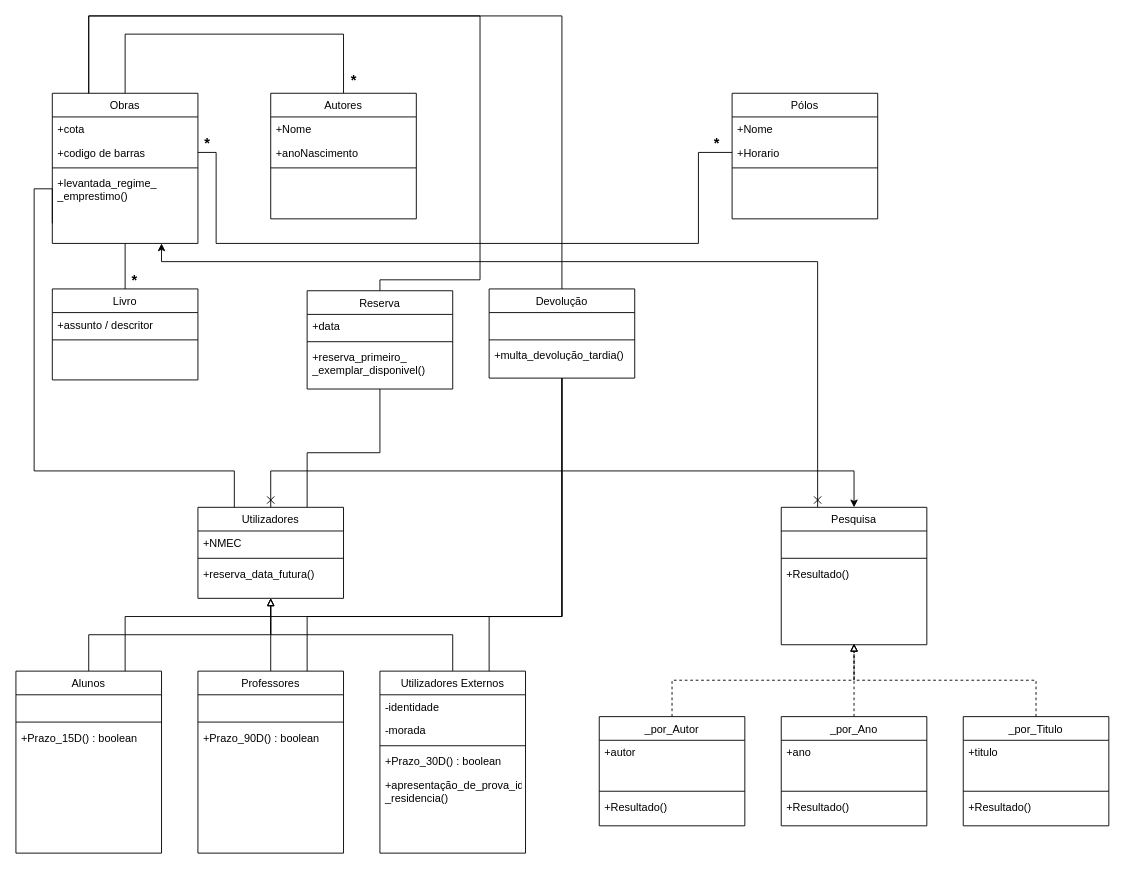
The draw.io diagram page "3.2" (1 of 2) of P/P3/P3.drawio in DavidAraujo98/AS, before the edit. Source tidied: cells renumbered, new cells numbered last; positions are measured from the earlier drawing's top-left corner, leaving out a move shared by most shapes. Both pictures are drawn from the tidied source at 91%, with x=0, y=0 at pixel (15, 15).
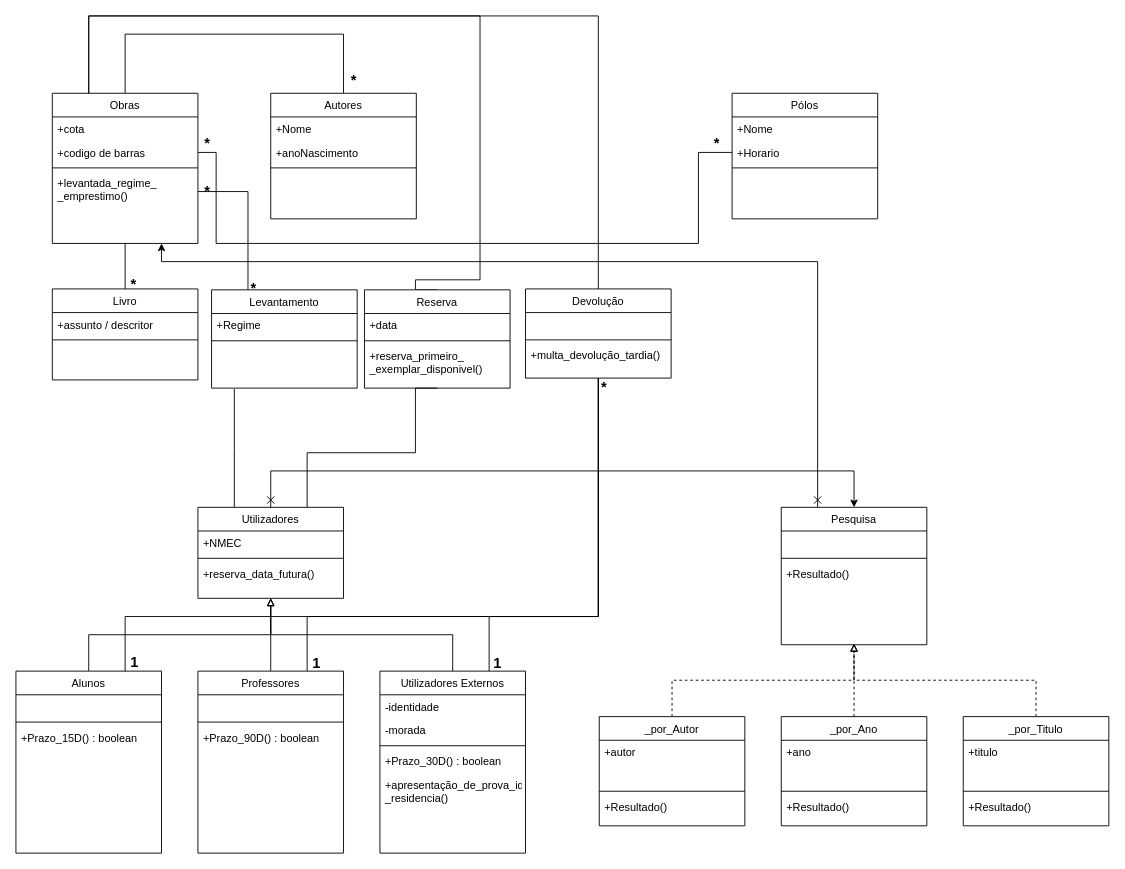
After the change.

Unchanged cells that the change refers to:
```xml
<mxCell id="4" value="Obras" style="swimlane;fontStyle=0;align=center;verticalAlign=top;horizontal=1;startSize=26;rounded=0;shadow=0;strokeWidth=1;" parent="1" vertex="1">
  <mxGeometry x="40" y="85" width="160" height="165" as="geometry" />
</mxCell>
<mxCell id="8" value="+levantada_regime_&#10;_emprestimo()" style="text;align=left;verticalAlign=top;spacingLeft=4;spacingRight=4;overflow=hidden;points=[[0,0.5],[1,0.5]];portConstraint=eastwest;" parent="4" vertex="1">
  <mxGeometry y="86" width="160" height="44" as="geometry" />
</mxCell>
<mxCell id="14" value="Utilizadores" style="swimlane;fontStyle=0;align=center;verticalAlign=top;horizontal=1;startSize=26;rounded=0;shadow=0;strokeWidth=1;" parent="1" vertex="1">
  <mxGeometry x="200" y="540" width="160" height="100" as="geometry" />
</mxCell>
<mxCell id="23" value="Alunos" style="swimlane;fontStyle=0;align=center;verticalAlign=top;horizontal=1;startSize=26;rounded=0;shadow=0;strokeWidth=1;" parent="1" vertex="1">
  <mxGeometry y="720" width="160" height="200" as="geometry" />
</mxCell>
<mxCell id="28" value="Professores" style="swimlane;fontStyle=0;align=center;verticalAlign=top;horizontal=1;startSize=26;rounded=0;shadow=0;strokeWidth=1;" parent="1" vertex="1">
  <mxGeometry x="200" y="720" width="160" height="200" as="geometry" />
</mxCell>
<mxCell id="33" value="Utilizadores Externos" style="swimlane;fontStyle=0;align=center;verticalAlign=top;horizontal=1;startSize=26;rounded=0;shadow=0;strokeWidth=1;" parent="1" vertex="1">
  <mxGeometry x="400" y="720" width="160" height="200" as="geometry" />
</mxCell>
```

What changed in the source:
```diff
@@
     <mxCell id="13" style="edgeStyle=orthogonalEdgeStyle;rounded=0;sketch=0;jettySize=auto;html=1;exitX=0.75;exitY=0;exitDx=0;exitDy=0;entryX=0.5;entryY=1;entryDx=0;entryDy=0;shadow=0;labelBackgroundColor=#FFFFCC;startArrow=none;startFill=0;endArrow=none;endFill=0;" parent="1" edge="1" source="14" target="81">
       <mxGeometry relative="1" as="geometry">
         <Array as="points">
           <mxPoint x="320" y="480" />
-          <mxPoint x="400" y="480" />
+          <mxPoint x="439" y="480" />
         </Array>
       </mxGeometry>
     </mxCell>
+    <mxCell id="85" style="edgeStyle=orthogonalEdgeStyle;rounded=0;sketch=0;jettySize=auto;html=1;exitX=0.25;exitY=0;exitDx=0;exitDy=0;shadow=0;labelBackgroundColor=#FFFFCC;startArrow=none;startFill=0;endArrow=none;endFill=0;" parent="1" edge="1" source="14">
+      <mxGeometry relative="1" as="geometry">
+        <mxPoint x="240" y="410" as="targetPoint" />
+      </mxGeometry>
+    </mxCell>
@@
     <mxCell id="39" style="edgeStyle=orthogonalEdgeStyle;rounded=0;sketch=0;jettySize=auto;html=1;exitX=0.5;exitY=0;exitDx=0;exitDy=0;entryX=0.25;entryY=0;entryDx=0;entryDy=0;shadow=0;labelBackgroundColor=#FFFFCC;startArrow=none;startFill=0;endArrow=none;endFill=0;" parent="1" edge="1" source="43" target="4">
       <mxGeometry relative="1" as="geometry">
         <Array as="points">
-          <mxPoint x="600" />
+          <mxPoint x="640" />
           <mxPoint x="80" />
         </Array>
       </mxGeometry>
     </mxCell>
     <mxCell id="40" style="edgeStyle=orthogonalEdgeStyle;rounded=0;sketch=0;jettySize=auto;html=1;exitX=0.5;exitY=1;exitDx=0;exitDy=0;entryX=0.75;entryY=0;entryDx=0;entryDy=0;shadow=0;labelBackgroundColor=#FFFFCC;startArrow=none;startFill=0;endArrow=none;endFill=0;" parent="1" edge="1" source="43" target="33">
       <mxGeometry relative="1" as="geometry">
         <Array as="points">
-          <mxPoint x="600" y="660" />
+          <mxPoint x="640" y="660" />
           <mxPoint x="520" y="660" />
         </Array>
       </mxGeometry>
     </mxCell>
     <mxCell id="41" style="edgeStyle=orthogonalEdgeStyle;rounded=0;sketch=0;jettySize=auto;html=1;exitX=0.5;exitY=1;exitDx=0;exitDy=0;entryX=0.75;entryY=0;entryDx=0;entryDy=0;shadow=0;labelBackgroundColor=#FFFFCC;startArrow=none;startFill=0;endArrow=none;endFill=0;" parent="1" edge="1" source="43" target="28">
       <mxGeometry relative="1" as="geometry">
         <Array as="points">
-          <mxPoint x="600" y="660" />
+          <mxPoint x="640" y="660" />
           <mxPoint x="320" y="660" />
         </Array>
       </mxGeometry>
     </mxCell>
     <mxCell id="42" style="edgeStyle=orthogonalEdgeStyle;rounded=0;sketch=0;jettySize=auto;html=1;exitX=0.5;exitY=1;exitDx=0;exitDy=0;entryX=0.75;entryY=0;entryDx=0;entryDy=0;shadow=0;labelBackgroundColor=#FFFFCC;startArrow=none;startFill=0;endArrow=none;endFill=0;" parent="1" edge="1" source="43" target="23">
       <mxGeometry relative="1" as="geometry">
         <Array as="points">
-          <mxPoint x="600" y="660" />
+          <mxPoint x="640" y="660" />
           <mxPoint x="120" y="660" />
         </Array>
       </mxGeometry>
     </mxCell>
     <mxCell id="43" value="Devolução" style="swimlane;fontStyle=0;align=center;verticalAlign=top;horizontal=1;startSize=26;rounded=0;shadow=0;strokeWidth=1;" parent="1" vertex="1">
-      <mxGeometry x="520" y="300" width="160" height="98" as="geometry" />
+      <mxGeometry x="560" y="300" width="160" height="98" as="geometry" />
     </mxCell>
@@
     <mxCell id="52" value="&lt;b&gt;&lt;font style=&quot;font-size: 16px&quot;&gt;*&lt;/font&gt;&lt;/b&gt;" style="text;html=1;align=center;verticalAlign=middle;fillColor=none;strokeColor=none;rounded=0;" parent="1" vertex="1">
-      <mxGeometry x="120" y="280" width="20" height="20" as="geometry" />
+      <mxGeometry x="119" y="285" width="20" height="20" as="geometry" />
     </mxCell>
@@
-    <mxCell id="79" style="edgeStyle=orthogonalEdgeStyle;rounded=0;sketch=0;jettySize=auto;html=1;exitX=0;exitY=0.5;exitDx=0;exitDy=0;entryX=0.25;entryY=0;entryDx=0;entryDy=0;shadow=0;labelBackgroundColor=#FFFFCC;startArrow=none;startFill=0;endArrow=none;endFill=0;" parent="1" edge="1" target="14">
-      <mxGeometry relative="1" as="geometry">
-        <mxPoint x="40" y="228" as="sourcePoint" />
-        <Array as="points">
-          <mxPoint x="40" y="190" />
-          <mxPoint x="20" y="190" />
-          <mxPoint x="20" y="500" />
-          <mxPoint x="240" y="500" />
-        </Array>
-      </mxGeometry>
-    </mxCell>
     <mxCell id="80" style="edgeStyle=orthogonalEdgeStyle;rounded=0;sketch=0;jettySize=auto;html=1;exitX=0.5;exitY=0;exitDx=0;exitDy=0;entryX=0.25;entryY=0;entryDx=0;entryDy=0;shadow=0;labelBackgroundColor=#FFFFCC;startArrow=none;startFill=0;endArrow=none;endFill=0;" parent="1" edge="1" source="81" target="4">
       <mxGeometry relative="1" as="geometry">
         <Array as="points">
-          <mxPoint x="400" y="290" />
+          <mxPoint x="439" y="290" />
           <mxPoint x="510" y="290" />
           <mxPoint x="510" />
           <mxPoint x="80" />
         </Array>
       </mxGeometry>
     </mxCell>
     <mxCell id="81" value="Reserva" style="swimlane;fontStyle=0;align=center;verticalAlign=top;horizontal=1;startSize=26;rounded=0;shadow=0;strokeWidth=1;" parent="1" vertex="1">
-      <mxGeometry x="320" y="302" width="160" height="108" as="geometry" />
+      <mxGeometry x="383" y="301" width="160" height="108" as="geometry" />
     </mxCell>
@@
+    <mxCell id="86" style="edgeStyle=orthogonalEdgeStyle;rounded=0;sketch=0;jettySize=auto;html=1;exitX=0.25;exitY=0;exitDx=0;exitDy=0;entryX=1;entryY=0.5;entryDx=0;entryDy=0;shadow=0;labelBackgroundColor=#FFFFCC;startArrow=none;startFill=0;endArrow=none;endFill=0;" parent="1" edge="1" source="87" target="8">
+      <mxGeometry relative="1" as="geometry" />
+    </mxCell>
+    <mxCell id="87" value="Levantamento" style="swimlane;fontStyle=0;align=center;verticalAlign=top;horizontal=1;startSize=26;rounded=0;shadow=0;strokeWidth=1;" parent="1" vertex="1">
+      <mxGeometry x="215" y="301" width="160" height="108" as="geometry" />
+    </mxCell>
+    <mxCell id="88" value="+Regime" style="text;align=left;verticalAlign=top;spacingLeft=4;spacingRight=4;overflow=hidden;rounded=0;shadow=0;html=0;" parent="87" vertex="1">
+      <mxGeometry y="26" width="160" height="26" as="geometry" />
+    </mxCell>
+    <mxCell id="89" style="line;html=1;strokeWidth=1;align=left;verticalAlign=middle;spacingTop=-1;spacingLeft=3;spacingRight=3;labelPosition=right;" parent="87" vertex="1">
+      <mxGeometry y="52" width="160" height="8" as="geometry" />
+    </mxCell>
+    <mxCell id="90" value="&lt;b&gt;&lt;font style=&quot;font-size: 16px&quot;&gt;*&lt;/font&gt;&lt;/b&gt;" style="text;html=1;align=center;verticalAlign=middle;fillColor=none;strokeColor=none;rounded=0;" parent="1" vertex="1">
+      <mxGeometry x="200" y="182" width="20" height="20" as="geometry" />
+    </mxCell>
+    <mxCell id="91" value="&lt;b&gt;&lt;font style=&quot;font-size: 16px&quot;&gt;*&lt;/font&gt;&lt;/b&gt;" style="text;html=1;align=center;verticalAlign=middle;fillColor=none;strokeColor=none;rounded=0;" parent="1" vertex="1">
+      <mxGeometry x="251" y="289" width="20" height="20" as="geometry" />
+    </mxCell>
+    <mxCell id="92" value="&lt;b&gt;&lt;font style=&quot;font-size: 16px&quot;&gt;1&lt;/font&gt;&lt;/b&gt;" style="text;html=1;align=center;verticalAlign=middle;fillColor=none;strokeColor=none;rounded=0;" parent="1" vertex="1">
+      <mxGeometry x="120" y="700" width="20" height="20" as="geometry" />
+    </mxCell>
+    <mxCell id="93" value="&lt;b&gt;&lt;font style=&quot;font-size: 16px&quot;&gt;1&lt;/font&gt;&lt;/b&gt;" style="text;html=1;align=center;verticalAlign=middle;fillColor=none;strokeColor=none;rounded=0;" parent="1" vertex="1">
+      <mxGeometry x="320" y="701" width="20" height="20" as="geometry" />
+    </mxCell>
+    <mxCell id="94" value="&lt;b&gt;&lt;font style=&quot;font-size: 16px&quot;&gt;1&lt;/font&gt;&lt;/b&gt;" style="text;html=1;align=center;verticalAlign=middle;fillColor=none;strokeColor=none;rounded=0;" parent="1" vertex="1">
+      <mxGeometry x="519" y="701" width="20" height="20" as="geometry" />
+    </mxCell>
+    <mxCell id="95" value="&lt;b&gt;&lt;font style=&quot;font-size: 16px&quot;&gt;*&lt;/font&gt;&lt;/b&gt;" style="text;html=1;align=center;verticalAlign=middle;fillColor=none;strokeColor=none;rounded=0;" parent="1" vertex="1">
+      <mxGeometry x="636" y="398" width="20" height="20" as="geometry" />
+    </mxCell>
```
